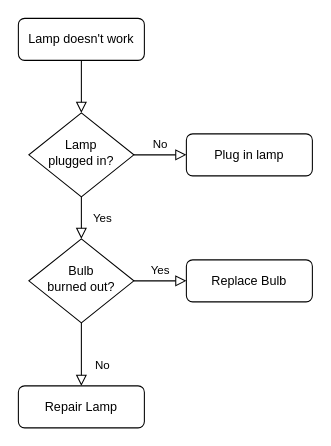
This is Untitled Diagram.drawio from udothemath/my_drawio, a draw.io file, before an edit. Source tidied: cells renumbered, new cells numbered last; positions are measured from the earlier drawing's top-left corner, leaving out a move shared by most shapes. Both pictures are drawn from the tidied source at 105%, with x=0, y=0 at pixel (18, 18).
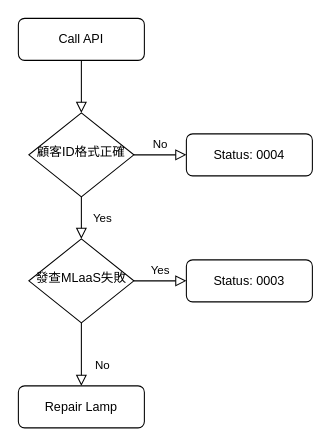
After the change.

Change to the diagram source:
```diff
@@
 <mxGraphModel>
   <root>
     <mxCell id="0" />
     <mxCell id="1" parent="0" />
     <mxCell id="2" style="rounded=0;html=1;jettySize=auto;fontSize=11;endArrow=block;endFill=0;endSize=8;strokeWidth=1;shadow=0;labelBackgroundColor=none;edgeStyle=orthogonalEdgeStyle;" parent="1" edge="1" source="3" target="6">
       <mxGeometry relative="1" as="geometry" />
     </mxCell>
-    <mxCell id="3" value="Lamp doesn't work" style="rounded=1;whiteSpace=wrap;html=1;fontSize=12;glass=0;strokeWidth=1;shadow=0;" parent="1" vertex="1">
+    <mxCell id="3" value="Call API" style="rounded=1;whiteSpace=wrap;html=1;fontSize=12;glass=0;strokeWidth=1;shadow=0;" parent="1" vertex="1">
       <mxGeometry width="120" height="40" as="geometry" />
     </mxCell>
     <mxCell id="4" value="Yes" style="rounded=0;html=1;jettySize=auto;fontSize=11;endArrow=block;endFill=0;endSize=8;strokeWidth=1;shadow=0;labelBackgroundColor=none;edgeStyle=orthogonalEdgeStyle;" parent="1" edge="1" source="6" target="10">
       <mxGeometry y="20" relative="1" as="geometry" />
     </mxCell>
     <mxCell id="5" value="No" style="edgeStyle=orthogonalEdgeStyle;rounded=0;html=1;jettySize=auto;fontSize=11;endArrow=block;endFill=0;endSize=8;strokeWidth=1;shadow=0;labelBackgroundColor=none;" parent="1" edge="1" source="6" target="7">
       <mxGeometry y="10" relative="1" as="geometry" />
     </mxCell>
-    <mxCell id="6" value="Lamp&lt;br&gt;plugged in?" style="rhombus;whiteSpace=wrap;html=1;shadow=0;fontFamily=Helvetica;fontSize=12;align=center;strokeWidth=1;spacing=6;spacingTop=-4;" parent="1" vertex="1">
+    <mxCell id="6" value="顧客ID格式正確" style="rhombus;whiteSpace=wrap;html=1;shadow=0;fontFamily=Helvetica;fontSize=12;align=center;strokeWidth=1;spacing=6;spacingTop=-4;" parent="1" vertex="1">
       <mxGeometry x="10" y="90" width="100" height="80" as="geometry" />
     </mxCell>
-    <mxCell id="7" value="Plug in lamp" style="rounded=1;whiteSpace=wrap;html=1;fontSize=12;glass=0;strokeWidth=1;shadow=0;" parent="1" vertex="1">
+    <mxCell id="7" value="Status: 0004" style="rounded=1;whiteSpace=wrap;html=1;fontSize=12;glass=0;strokeWidth=1;shadow=0;" parent="1" vertex="1">
       <mxGeometry x="160" y="110" width="120" height="40" as="geometry" />
     </mxCell>
     <mxCell id="8" value="No" style="rounded=0;html=1;jettySize=auto;fontSize=11;endArrow=block;endFill=0;endSize=8;strokeWidth=1;shadow=0;labelBackgroundColor=none;edgeStyle=orthogonalEdgeStyle;" parent="1" edge="1" source="10" target="11">
       <mxGeometry x="0.33" y="20" relative="1" as="geometry" />
     </mxCell>
     <mxCell id="9" value="Yes" style="edgeStyle=orthogonalEdgeStyle;rounded=0;html=1;jettySize=auto;fontSize=11;endArrow=block;endFill=0;endSize=8;strokeWidth=1;shadow=0;labelBackgroundColor=none;" parent="1" edge="1" source="10" target="12">
       <mxGeometry y="10" relative="1" as="geometry" />
     </mxCell>
-    <mxCell id="10" value="Bulb&lt;br&gt;burned out?" style="rhombus;whiteSpace=wrap;html=1;shadow=0;fontFamily=Helvetica;fontSize=12;align=center;strokeWidth=1;spacing=6;spacingTop=-4;" parent="1" vertex="1">
+    <mxCell id="10" value="發查MLaaS失敗" style="rhombus;whiteSpace=wrap;html=1;shadow=0;fontFamily=Helvetica;fontSize=12;align=center;strokeWidth=1;spacing=6;spacingTop=-4;" parent="1" vertex="1">
       <mxGeometry x="10" y="210" width="100" height="80" as="geometry" />
     </mxCell>
     <mxCell id="11" value="Repair Lamp" style="rounded=1;whiteSpace=wrap;html=1;fontSize=12;glass=0;strokeWidth=1;shadow=0;" parent="1" vertex="1">
       <mxGeometry y="350" width="120" height="40" as="geometry" />
     </mxCell>
-    <mxCell id="12" value="Replace Bulb" style="rounded=1;whiteSpace=wrap;html=1;fontSize=12;glass=0;strokeWidth=1;shadow=0;" parent="1" vertex="1">
+    <mxCell id="12" value="Status: 0003" style="rounded=1;whiteSpace=wrap;html=1;fontSize=12;glass=0;strokeWidth=1;shadow=0;" parent="1" vertex="1">
       <mxGeometry x="160" y="230" width="120" height="40" as="geometry" />
     </mxCell>
   </root>
 </mxGraphModel>
```
